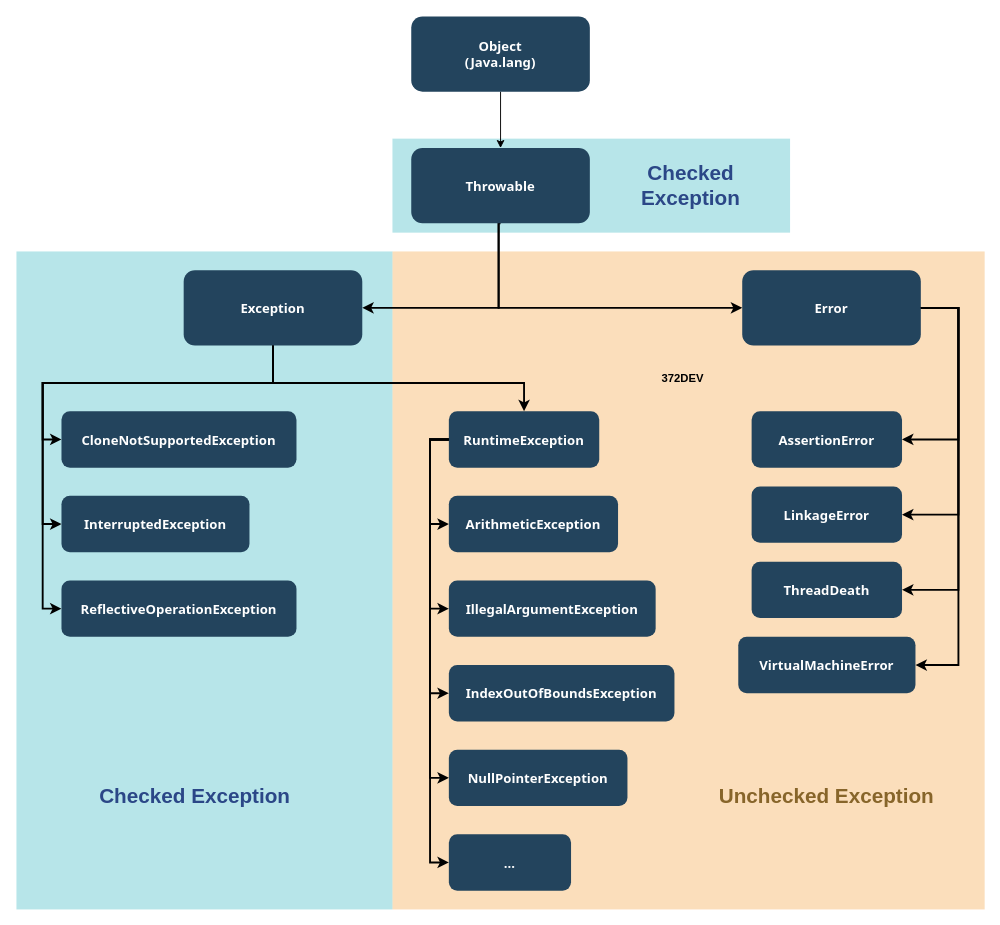
This is JAVA/img/Exception_throwable_diagram.drawio from 372dev/TIL, a draw.io file, before an edit. Source tidied: cells renumbered, new cells numbered last; positions are measured from the earlier drawing's top-left corner, leaving out a move shared by most shapes. Both pictures are drawn from the tidied source at 94%, with x=0, y=0 at pixel (16, 16).
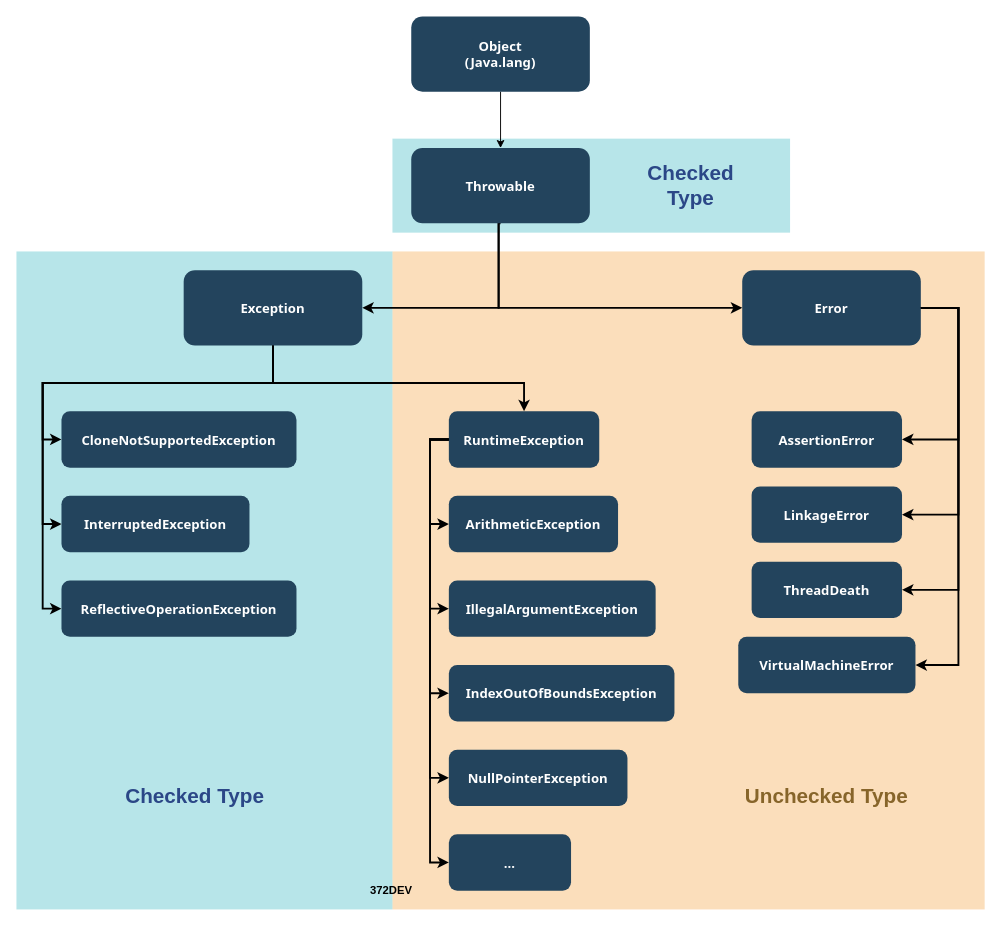
After the change.

Change to the diagram source:
```diff
@@
     <mxCell id="38" value="372DEV" style="text;html=1;strokeColor=none;fillColor=none;align=center;verticalAlign=middle;whiteSpace=wrap;rounded=0;fontStyle=1;" parent="1" vertex="1">
-      <mxGeometry x="667.9" y="370" width="82.1" height="30" as="geometry" />
+      <mxGeometry x="358" y="915" width="82.1" height="30" as="geometry" />
     </mxCell>
-    <mxCell id="39" value="Checked Exception" style="text;html=1;align=center;verticalAlign=middle;whiteSpace=wrap;rounded=0;strokeWidth=2;fontSize=22;fontStyle=1;fontColor=#2B4787;" parent="1" vertex="1">
+    <mxCell id="39" value="Checked Type" style="text;html=1;align=center;verticalAlign=middle;whiteSpace=wrap;rounded=0;strokeWidth=2;fontSize=22;fontStyle=1;fontColor=#2B4787;" parent="1" vertex="1">
       <mxGeometry x="70" y="800" width="240" height="60" as="geometry" />
     </mxCell>
-    <mxCell id="40" value="Unchecked Exception" style="text;html=1;align=center;verticalAlign=middle;whiteSpace=wrap;rounded=0;strokeWidth=2;fontSize=22;fontStyle=1;fontColor=#87652A;" parent="1" vertex="1">
+    <mxCell id="40" value="Unchecked Type" style="text;html=1;align=center;verticalAlign=middle;whiteSpace=wrap;rounded=0;strokeWidth=2;fontSize=22;fontStyle=1;fontColor=#87652A;" parent="1" vertex="1">
       <mxGeometry x="742.1" y="800" width="240" height="60" as="geometry" />
     </mxCell>
-    <mxCell id="41" value="&lt;span style=&quot;color: rgb(43 , 71 , 135)&quot;&gt;Checked Exception&lt;/span&gt;" style="text;html=1;align=center;verticalAlign=middle;whiteSpace=wrap;rounded=0;strokeWidth=2;fontSize=22;fontStyle=1;fontColor=#87652A;" parent="1" vertex="1">
+    <mxCell id="41" value="&lt;span style=&quot;color: rgb(43 , 71 , 135)&quot;&gt;Checked&lt;br&gt;Type&lt;/span&gt;" style="text;html=1;align=center;verticalAlign=middle;whiteSpace=wrap;rounded=0;strokeWidth=2;fontSize=22;fontStyle=1;fontColor=#87652A;" parent="1" vertex="1">
       <mxGeometry x="625" y="150" width="185" height="60" as="geometry" />
     </mxCell>
```
